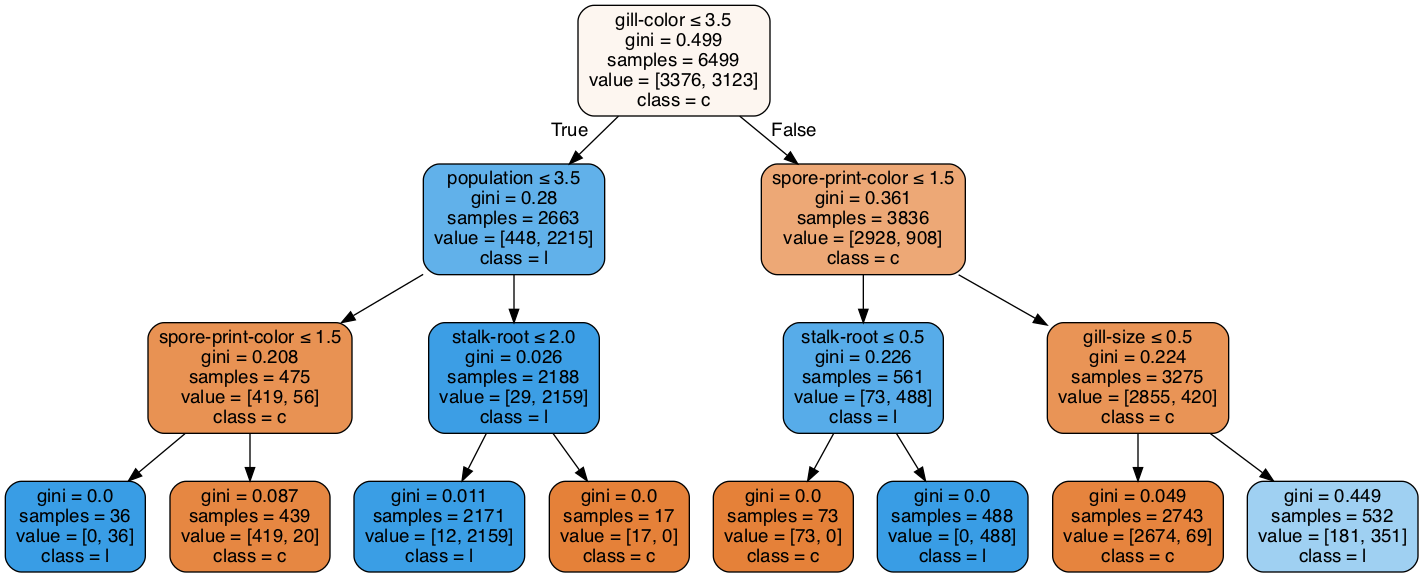
Before: Lab02/clf-max-depth-3.gv.png, a diagram exported from Graphviz (anhle199/Intro2AI-HCMUS). Its source is kept beside it as Lab02/clf-max-depth-3.gv. The source it was exported from:
```dot
digraph Tree {
node [shape=box, style="filled, rounded", color="black", fontname=helvetica] ;
edge [fontname=helvetica] ;
0 [label=<gill-color &le; 3.5<br/>gini = 0.499<br/>samples = 6499<br/>value = [3376, 3123]<br/>class = c>, fillcolor="#fdf6f0"] ;
1 [label=<population &le; 3.5<br/>gini = 0.28<br/>samples = 2663<br/>value = [448, 2215]<br/>class = l>, fillcolor="#61b1ea"] ;
0 -> 1 [labeldistance=2.5, labelangle=45, headlabel="True"] ;
2 [label=<spore-print-color &le; 1.5<br/>gini = 0.208<br/>samples = 475<br/>value = [419, 56]<br/>class = c>, fillcolor="#e89253"] ;
1 -> 2 ;
3 [label=<gini = 0.0<br/>samples = 36<br/>value = [0, 36]<br/>class = l>, fillcolor="#399de5"] ;
2 -> 3 ;
4 [label=<gini = 0.087<br/>samples = 439<br/>value = [419, 20]<br/>class = c>, fillcolor="#e68742"] ;
2 -> 4 ;
5 [label=<stalk-root &le; 2.0<br/>gini = 0.026<br/>samples = 2188<br/>value = [29, 2159]<br/>class = l>, fillcolor="#3c9ee5"] ;
1 -> 5 ;
6 [label=<gini = 0.011<br/>samples = 2171<br/>value = [12, 2159]<br/>class = l>, fillcolor="#3a9ee5"] ;
5 -> 6 ;
7 [label=<gini = 0.0<br/>samples = 17<br/>value = [17, 0]<br/>class = c>, fillcolor="#e58139"] ;
5 -> 7 ;
8 [label=<spore-print-color &le; 1.5<br/>gini = 0.361<br/>samples = 3836<br/>value = [2928, 908]<br/>class = c>, fillcolor="#eda876"] ;
0 -> 8 [labeldistance=2.5, labelangle=-45, headlabel="False"] ;
9 [label=<stalk-root &le; 0.5<br/>gini = 0.226<br/>samples = 561<br/>value = [73, 488]<br/>class = l>, fillcolor="#57ace9"] ;
8 -> 9 ;
10 [label=<gini = 0.0<br/>samples = 73<br/>value = [73, 0]<br/>class = c>, fillcolor="#e58139"] ;
9 -> 10 ;
11 [label=<gini = 0.0<br/>samples = 488<br/>value = [0, 488]<br/>class = l>, fillcolor="#399de5"] ;
9 -> 11 ;
12 [label=<gill-size &le; 0.5<br/>gini = 0.224<br/>samples = 3275<br/>value = [2855, 420]<br/>class = c>, fillcolor="#e99456"] ;
8 -> 12 ;
13 [label=<gini = 0.049<br/>samples = 2743<br/>value = [2674, 69]<br/>class = c>, fillcolor="#e6843e"] ;
12 -> 13 ;
14 [label=<gini = 0.449<br/>samples = 532<br/>value = [181, 351]<br/>class = l>, fillcolor="#9fd0f2"] ;
12 -> 14 ;
}
```
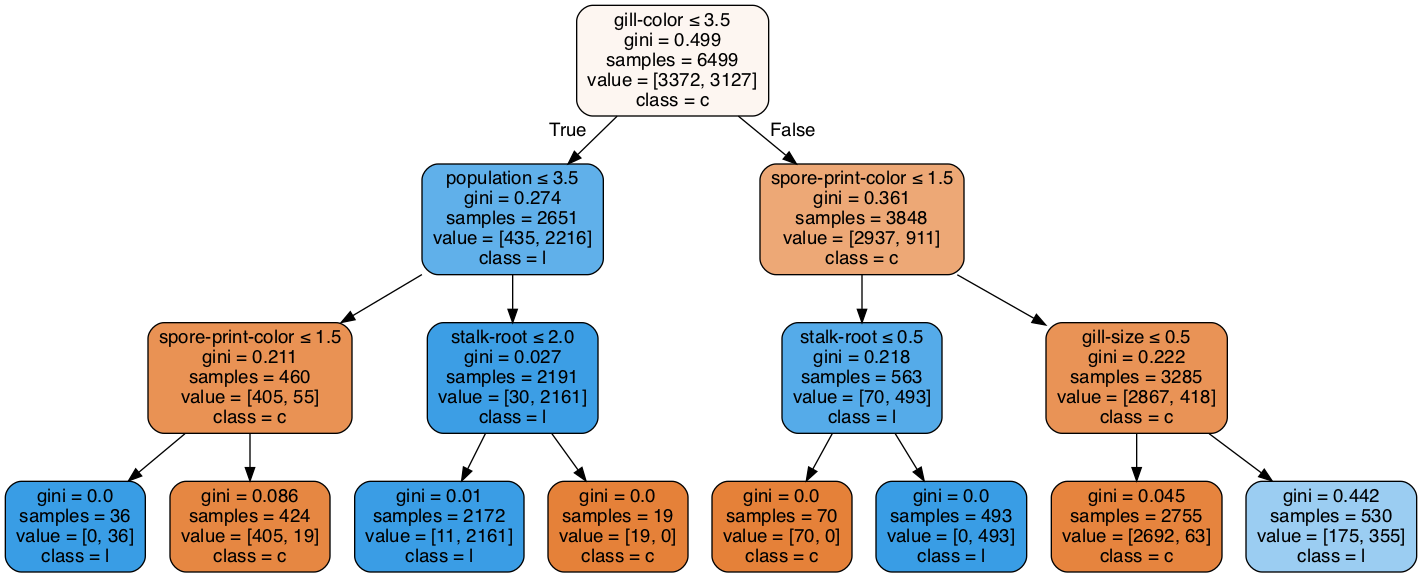
Later version of the same file.

What changed in the source:
```diff
@@ -1,33 +1,33 @@
 digraph Tree {
 node [shape=box, style="filled, rounded", color="black", fontname=helvetica] ;
 edge [fontname=helvetica] ;
-0 [label=<gill-color &le; 3.5<br/>gini = 0.499<br/>samples = 6499<br/>value = [3376, 3123]<br/>class = c>, fillcolor="#fdf6f0"] ;
-1 [label=<population &le; 3.5<br/>gini = 0.28<br/>samples = 2663<br/>value = [448, 2215]<br/>class = l>, fillcolor="#61b1ea"] ;
+0 [label=<gill-color &le; 3.5<br/>gini = 0.499<br/>samples = 6499<br/>value = [3372, 3127]<br/>class = c>, fillcolor="#fdf6f1"] ;
+1 [label=<population &le; 3.5<br/>gini = 0.274<br/>samples = 2651<br/>value = [435, 2216]<br/>class = l>, fillcolor="#60b0ea"] ;
 0 -> 1 [labeldistance=2.5, labelangle=45, headlabel="True"] ;
-2 [label=<spore-print-color &le; 1.5<br/>gini = 0.208<br/>samples = 475<br/>value = [419, 56]<br/>class = c>, fillcolor="#e89253"] ;
+2 [label=<spore-print-color &le; 1.5<br/>gini = 0.211<br/>samples = 460<br/>value = [405, 55]<br/>class = c>, fillcolor="#e99254"] ;
 1 -> 2 ;
 3 [label=<gini = 0.0<br/>samples = 36<br/>value = [0, 36]<br/>class = l>, fillcolor="#399de5"] ;
 2 -> 3 ;
-4 [label=<gini = 0.087<br/>samples = 439<br/>value = [419, 20]<br/>class = c>, fillcolor="#e68742"] ;
+4 [label=<gini = 0.086<br/>samples = 424<br/>value = [405, 19]<br/>class = c>, fillcolor="#e68742"] ;
 2 -> 4 ;
-5 [label=<stalk-root &le; 2.0<br/>gini = 0.026<br/>samples = 2188<br/>value = [29, 2159]<br/>class = l>, fillcolor="#3c9ee5"] ;
+5 [label=<stalk-root &le; 2.0<br/>gini = 0.027<br/>samples = 2191<br/>value = [30, 2161]<br/>class = l>, fillcolor="#3c9ee5"] ;
 1 -> 5 ;
-6 [label=<gini = 0.011<br/>samples = 2171<br/>value = [12, 2159]<br/>class = l>, fillcolor="#3a9ee5"] ;
+6 [label=<gini = 0.01<br/>samples = 2172<br/>value = [11, 2161]<br/>class = l>, fillcolor="#3a9de5"] ;
 5 -> 6 ;
-7 [label=<gini = 0.0<br/>samples = 17<br/>value = [17, 0]<br/>class = c>, fillcolor="#e58139"] ;
+7 [label=<gini = 0.0<br/>samples = 19<br/>value = [19, 0]<br/>class = c>, fillcolor="#e58139"] ;
 5 -> 7 ;
-8 [label=<spore-print-color &le; 1.5<br/>gini = 0.361<br/>samples = 3836<br/>value = [2928, 908]<br/>class = c>, fillcolor="#eda876"] ;
+8 [label=<spore-print-color &le; 1.5<br/>gini = 0.361<br/>samples = 3848<br/>value = [2937, 911]<br/>class = c>, fillcolor="#eda876"] ;
 0 -> 8 [labeldistance=2.5, labelangle=-45, headlabel="False"] ;
-9 [label=<stalk-root &le; 0.5<br/>gini = 0.226<br/>samples = 561<br/>value = [73, 488]<br/>class = l>, fillcolor="#57ace9"] ;
+9 [label=<stalk-root &le; 0.5<br/>gini = 0.218<br/>samples = 563<br/>value = [70, 493]<br/>class = l>, fillcolor="#55abe9"] ;
 8 -> 9 ;
-10 [label=<gini = 0.0<br/>samples = 73<br/>value = [73, 0]<br/>class = c>, fillcolor="#e58139"] ;
+10 [label=<gini = 0.0<br/>samples = 70<br/>value = [70, 0]<br/>class = c>, fillcolor="#e58139"] ;
 9 -> 10 ;
-11 [label=<gini = 0.0<br/>samples = 488<br/>value = [0, 488]<br/>class = l>, fillcolor="#399de5"] ;
+11 [label=<gini = 0.0<br/>samples = 493<br/>value = [0, 493]<br/>class = l>, fillcolor="#399de5"] ;
 9 -> 11 ;
-12 [label=<gill-size &le; 0.5<br/>gini = 0.224<br/>samples = 3275<br/>value = [2855, 420]<br/>class = c>, fillcolor="#e99456"] ;
+12 [label=<gill-size &le; 0.5<br/>gini = 0.222<br/>samples = 3285<br/>value = [2867, 418]<br/>class = c>, fillcolor="#e99356"] ;
 8 -> 12 ;
-13 [label=<gini = 0.049<br/>samples = 2743<br/>value = [2674, 69]<br/>class = c>, fillcolor="#e6843e"] ;
+13 [label=<gini = 0.045<br/>samples = 2755<br/>value = [2692, 63]<br/>class = c>, fillcolor="#e6843e"] ;
 12 -> 13 ;
-14 [label=<gini = 0.449<br/>samples = 532<br/>value = [181, 351]<br/>class = l>, fillcolor="#9fd0f2"] ;
+14 [label=<gini = 0.442<br/>samples = 530<br/>value = [175, 355]<br/>class = l>, fillcolor="#9bcdf2"] ;
 12 -> 14 ;
 }
```
